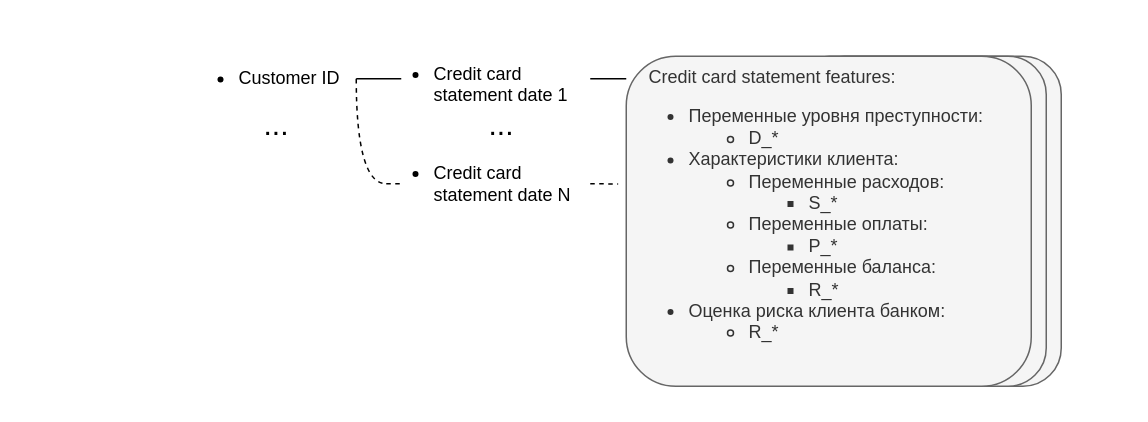
This is diplom_graphs/data_show.drawio from DenDiv/draw_io_graphs, a draw.io file, before an edit. Source tidied: cells renumbered, new cells numbered last; positions are measured from the earlier drawing's top-left corner, leaving out a move shared by most shapes. Both pictures are drawn from the tidied source at 150%, with x=0, y=0 at pixel (176, 26).
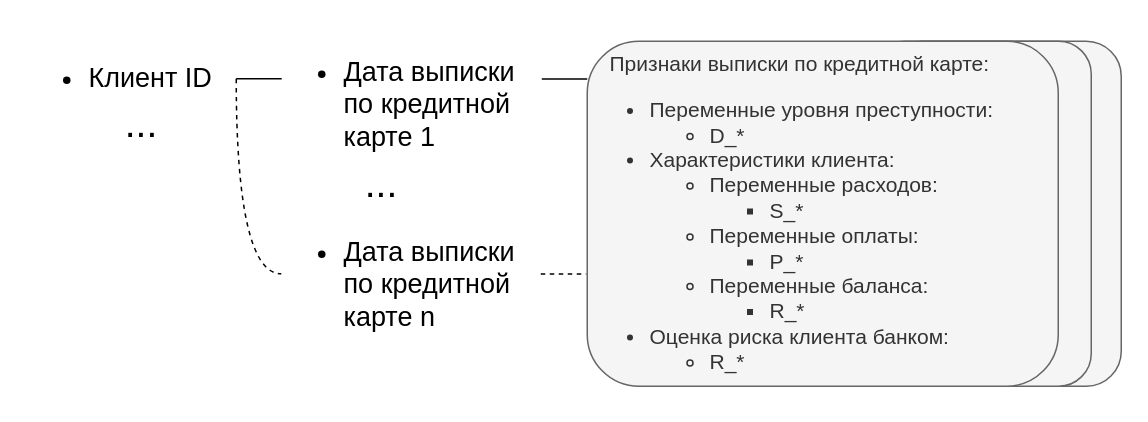
Above is the later version.

The edit, as a diff of the source:
```diff
@@
 <mxGraphModel>
   <root>
     <mxCell id="0" />
     <mxCell id="1" parent="0" />
     <mxCell id="2" style="rounded=1;whiteSpace=wrap;html=1;shadow=0;labelBackgroundColor=none;labelBorderColor=none;strokeColor=#666666;fontSize=20;fillColor=#f5f5f5;fontColor=#333333;" parent="1" vertex="1">
-      <mxGeometry x="420" y="20" width="170" height="220" as="geometry" />
+      <mxGeometry x="474" y="10" width="156" height="230" as="geometry" />
     </mxCell>
     <mxCell id="3" style="rounded=1;whiteSpace=wrap;html=1;shadow=0;labelBackgroundColor=none;labelBorderColor=none;strokeColor=#666666;fontSize=20;fillColor=#f5f5f5;fontColor=#333333;" parent="1" vertex="1">
-      <mxGeometry x="410" y="20" width="170" height="220" as="geometry" />
+      <mxGeometry x="464" y="10" width="146" height="230" as="geometry" />
     </mxCell>
-    <mxCell id="4" style="edgeStyle=orthogonalEdgeStyle;rounded=0;jettySize=auto;html=1;exitX=1;exitY=0.5;exitDx=0;exitDy=0;entryX=0.137;entryY=0.503;entryDx=0;entryDy=0;entryPerimeter=0;fontSize=20;endArrow=none;endFill=0;" parent="1" edge="1" source="6" target="8">
+    <mxCell id="4" style="edgeStyle=orthogonalEdgeStyle;rounded=0;jettySize=auto;html=1;exitX=1;exitY=0.5;exitDx=0;exitDy=0;entryX=0.002;entryY=0.387;entryDx=0;entryDy=0;entryPerimeter=0;fontSize=20;endArrow=none;endFill=0;" parent="1" edge="1" source="6" target="8">
       <mxGeometry relative="1" as="geometry" />
     </mxCell>
-    <mxCell id="5" style="edgeStyle=orthogonalEdgeStyle;rounded=0;jettySize=auto;html=1;exitX=1;exitY=0.5;exitDx=0;exitDy=0;fontSize=20;endArrow=none;endFill=0;elbow=vertical;curved=1;dashed=1;" parent="1" edge="1" source="6">
+    <mxCell id="5" style="edgeStyle=orthogonalEdgeStyle;rounded=0;jettySize=auto;html=1;exitX=1;exitY=0.5;exitDx=0;exitDy=0;fontSize=20;endArrow=none;endFill=0;elbow=vertical;curved=1;dashed=1;entryX=0;entryY=0.5;entryDx=0;entryDy=0;" parent="1" edge="1" source="6" target="15">
       <mxGeometry relative="1" as="geometry">
-        <mxPoint x="140" y="105" as="targetPoint" />
         <Array as="points">
-          <mxPoint x="120" y="105" />
+          <mxPoint x="40" y="165" />
         </Array>
       </mxGeometry>
     </mxCell>
-    <mxCell id="6" value="&lt;ul&gt;&lt;li&gt;Customer ID&amp;nbsp;&lt;/li&gt;&lt;/ul&gt;" style="text;strokeColor=none;fillColor=none;html=1;whiteSpace=wrap;verticalAlign=middle;overflow=hidden;" parent="1" vertex="1">
-      <mxGeometry width="120" height="70" as="geometry" />
+    <mxCell id="6" value="&lt;ul style=&quot;font-size: 18px;&quot;&gt;&lt;li style=&quot;font-size: 18px;&quot;&gt;Клиент ID&amp;nbsp;&lt;/li&gt;&lt;/ul&gt;" style="text;strokeColor=none;fillColor=none;html=1;whiteSpace=wrap;verticalAlign=middle;overflow=hidden;fontSize=18;" parent="1" vertex="1">
+      <mxGeometry x="-100" width="140" height="70" as="geometry" />
     </mxCell>
-    <mxCell id="7" style="edgeStyle=orthogonalEdgeStyle;rounded=0;jettySize=auto;html=1;exitX=1;exitY=0.5;exitDx=0;exitDy=0;entryX=0;entryY=0.069;entryDx=0;entryDy=0;entryPerimeter=0;fontSize=20;endArrow=none;endFill=0;" parent="1" edge="1" source="8" target="11">
-      <mxGeometry relative="1" as="geometry" />
-    </mxCell>
-    <mxCell id="8" value="&lt;ul&gt;&lt;li&gt;Credit card statement date 1&lt;/li&gt;&lt;/ul&gt;" style="text;strokeColor=none;fillColor=none;html=1;whiteSpace=wrap;verticalAlign=middle;overflow=hidden;rounded=1;arcSize=50;shadow=0;align=left;" parent="1" vertex="1">
-      <mxGeometry x="130" y="10" width="146" height="50" as="geometry" />
+    <mxCell id="8" value="&lt;ul style=&quot;font-size: 18px;&quot;&gt;&lt;li style=&quot;font-size: 18px;&quot;&gt;Дата выписки по кредитной карте 1&lt;/li&gt;&lt;/ul&gt;" style="text;strokeColor=none;fillColor=none;html=1;whiteSpace=wrap;verticalAlign=middle;overflow=hidden;rounded=1;arcSize=50;shadow=0;align=left;fontSize=18;" parent="1" vertex="1">
+      <mxGeometry x="70" width="168" height="90" as="geometry" />
     </mxCell>
-    <mxCell id="9" value="..." style="text;html=1;strokeColor=none;fillColor=none;align=center;verticalAlign=middle;whiteSpace=wrap;rounded=0;fontSize=20;" parent="1" vertex="1">
-      <mxGeometry x="190" y="50" width="54" height="30" as="geometry" />
+    <mxCell id="9" value="..." style="text;html=1;strokeColor=none;fillColor=none;align=center;verticalAlign=middle;whiteSpace=wrap;rounded=0;fontSize=26;" parent="1" vertex="1">
+      <mxGeometry x="110" y="90" width="54" height="30" as="geometry" />
     </mxCell>
-    <mxCell id="10" value="&lt;ul&gt;&lt;li style=&quot;border-color: var(--border-color);&quot;&gt;Credit card statement date N&lt;/li&gt;&lt;/ul&gt;" style="text;strokeColor=none;fillColor=none;html=1;whiteSpace=wrap;verticalAlign=middle;overflow=hidden;" parent="1" vertex="1">
-      <mxGeometry x="130" y="70" width="146" height="70" as="geometry" />
-    </mxCell>
-    <mxCell id="11" value="&amp;nbsp; &amp;nbsp; Credit card statement features:&lt;br&gt;&lt;ul&gt;&lt;li&gt;Переменные уровня преступности:&lt;/li&gt;&lt;ul&gt;&lt;li&gt;D_*&amp;nbsp;&lt;/li&gt;&lt;/ul&gt;&lt;li&gt;Характеристики клиента:&lt;/li&gt;&lt;ul&gt;&lt;li&gt;Переменные расходов:&lt;/li&gt;&lt;ul&gt;&lt;li&gt;S_*&lt;/li&gt;&lt;/ul&gt;&lt;li&gt;Переменные оплаты:&lt;/li&gt;&lt;ul&gt;&lt;li&gt;P_*&lt;/li&gt;&lt;/ul&gt;&lt;li&gt;Переменные баланса:&lt;/li&gt;&lt;ul&gt;&lt;li&gt;R_*&lt;/li&gt;&lt;/ul&gt;&lt;/ul&gt;&lt;li&gt;Оценка риска клиента банком:&lt;/li&gt;&lt;ul&gt;&lt;li&gt;R_*&lt;/li&gt;&lt;/ul&gt;&lt;/ul&gt;" style="rounded=1;html=1;align=left;verticalAlign=top;labelBackgroundColor=none;labelBorderColor=none;whiteSpace=wrap;spacing=2;fillColor=#f5f5f5;strokeColor=#666666;fontColor=#333333;" parent="1" vertex="1">
-      <mxGeometry x="300" y="20" width="270" height="220" as="geometry" />
+    <mxCell id="11" value="&amp;nbsp; &amp;nbsp; &lt;font style=&quot;font-size: 14px;&quot;&gt;Признаки выписки по кредитной карте:&lt;br&gt;&lt;/font&gt;&lt;ul style=&quot;font-size: 14px;&quot;&gt;&lt;li style=&quot;&quot;&gt;&lt;font style=&quot;font-size: 14px;&quot;&gt;Переменные уровня преступности:&lt;/font&gt;&lt;/li&gt;&lt;ul style=&quot;&quot;&gt;&lt;li&gt;&lt;font style=&quot;font-size: 14px;&quot;&gt;D_*&amp;nbsp;&lt;/font&gt;&lt;/li&gt;&lt;/ul&gt;&lt;li style=&quot;&quot;&gt;&lt;font style=&quot;font-size: 14px;&quot;&gt;Характеристики клиента:&lt;/font&gt;&lt;/li&gt;&lt;ul style=&quot;&quot;&gt;&lt;li&gt;&lt;font style=&quot;font-size: 14px;&quot;&gt;Переменные расходов:&lt;/font&gt;&lt;/li&gt;&lt;ul&gt;&lt;li&gt;&lt;font style=&quot;font-size: 14px;&quot;&gt;S_*&lt;/font&gt;&lt;/li&gt;&lt;/ul&gt;&lt;li&gt;&lt;font style=&quot;font-size: 14px;&quot;&gt;Переменные оплаты:&lt;/font&gt;&lt;/li&gt;&lt;ul&gt;&lt;li&gt;&lt;font style=&quot;font-size: 14px;&quot;&gt;P_*&lt;/font&gt;&lt;/li&gt;&lt;/ul&gt;&lt;li&gt;&lt;font style=&quot;font-size: 14px;&quot;&gt;Переменные баланса:&lt;/font&gt;&lt;/li&gt;&lt;ul&gt;&lt;li&gt;&lt;font style=&quot;font-size: 14px;&quot;&gt;R_*&lt;/font&gt;&lt;/li&gt;&lt;/ul&gt;&lt;/ul&gt;&lt;li style=&quot;&quot;&gt;&lt;font style=&quot;font-size: 14px;&quot;&gt;Оценка риска клиента банком:&lt;/font&gt;&lt;/li&gt;&lt;ul style=&quot;&quot;&gt;&lt;li style=&quot;&quot;&gt;&lt;font style=&quot;font-size: 14px;&quot;&gt;R_*&lt;/font&gt;&lt;/li&gt;&lt;/ul&gt;&lt;/ul&gt;" style="rounded=1;html=1;align=left;verticalAlign=top;labelBackgroundColor=none;labelBorderColor=none;whiteSpace=wrap;spacing=2;fillColor=#f5f5f5;strokeColor=#666666;fontColor=#333333;" parent="1" vertex="1">
+      <mxGeometry x="274" y="10" width="314" height="230" as="geometry" />
     </mxCell>
-    <mxCell id="12" style="endArrow=none;dashed=1;html=1;rounded=0;fontSize=20;exitX=1;exitY=0.5;exitDx=0;exitDy=0;entryX=-0.02;entryY=0.387;entryDx=0;entryDy=0;entryPerimeter=0;" parent="1" edge="1" source="10" target="11">
-      <mxGeometry relative="1" as="geometry" />
-    </mxCell>
-    <mxCell id="13" value="..." style="text;html=1;strokeColor=none;fillColor=none;align=center;verticalAlign=middle;whiteSpace=wrap;rounded=0;fontSize=20;" parent="1" vertex="1">
-      <mxGeometry x="40" y="50" width="54" height="30" as="geometry" />
+    <mxCell id="13" value="..." style="text;html=1;strokeColor=none;fillColor=none;align=center;verticalAlign=middle;whiteSpace=wrap;rounded=0;fontSize=26;" parent="1" vertex="1">
+      <mxGeometry x="-50" y="50" width="54" height="30" as="geometry" />
     </mxCell>
-    <mxCell id="14" style="endArrow=none;dashed=1;html=1;rounded=0;fontSize=20;" parent="1" edge="1">
-      <mxGeometry relative="1" as="geometry">
-        <mxPoint x="140" y="105" as="sourcePoint" />
-        <mxPoint x="150" y="105" as="targetPoint" />
-      </mxGeometry>
-    </mxCell>
+    <mxCell id="15" value="&lt;ul style=&quot;font-size: 18px;&quot;&gt;&lt;li style=&quot;font-size: 18px;&quot;&gt;Дата выписки по кредитной карте n&lt;/li&gt;&lt;/ul&gt;" style="text;strokeColor=none;fillColor=none;html=1;whiteSpace=wrap;verticalAlign=middle;overflow=hidden;rounded=1;arcSize=50;shadow=0;align=left;fontSize=18;" parent="1" vertex="1">
+      <mxGeometry x="70" y="120" width="168" height="90" as="geometry" />
+    </mxCell>
+    <mxCell id="16" style="edgeStyle=orthogonalEdgeStyle;rounded=0;orthogonalLoop=1;jettySize=auto;html=1;exitX=1;exitY=0.5;exitDx=0;exitDy=0;entryX=0.002;entryY=0.387;entryDx=0;entryDy=0;entryPerimeter=0;fontSize=20;endArrow=none;endFill=0;" parent="1" edge="1">
+      <mxGeometry relative="1" as="geometry">
+        <mxPoint x="243.7" y="35.1" as="sourcePoint" />
+        <mxPoint x="274" y="34.9" as="targetPoint" />
+      </mxGeometry>
+    </mxCell>
+    <mxCell id="17" style="edgeStyle=orthogonalEdgeStyle;rounded=0;orthogonalLoop=1;jettySize=auto;html=1;exitX=1;exitY=0.5;exitDx=0;exitDy=0;entryX=0.002;entryY=0.387;entryDx=0;entryDy=0;entryPerimeter=0;fontSize=20;endArrow=none;endFill=0;dashed=1;" parent="1" edge="1">
+      <mxGeometry relative="1" as="geometry">
+        <mxPoint x="243" y="165.1" as="sourcePoint" />
+        <mxPoint x="273.3" y="164.9" as="targetPoint" />
+      </mxGeometry>
+    </mxCell>
   </root>
 </mxGraphModel>
```
